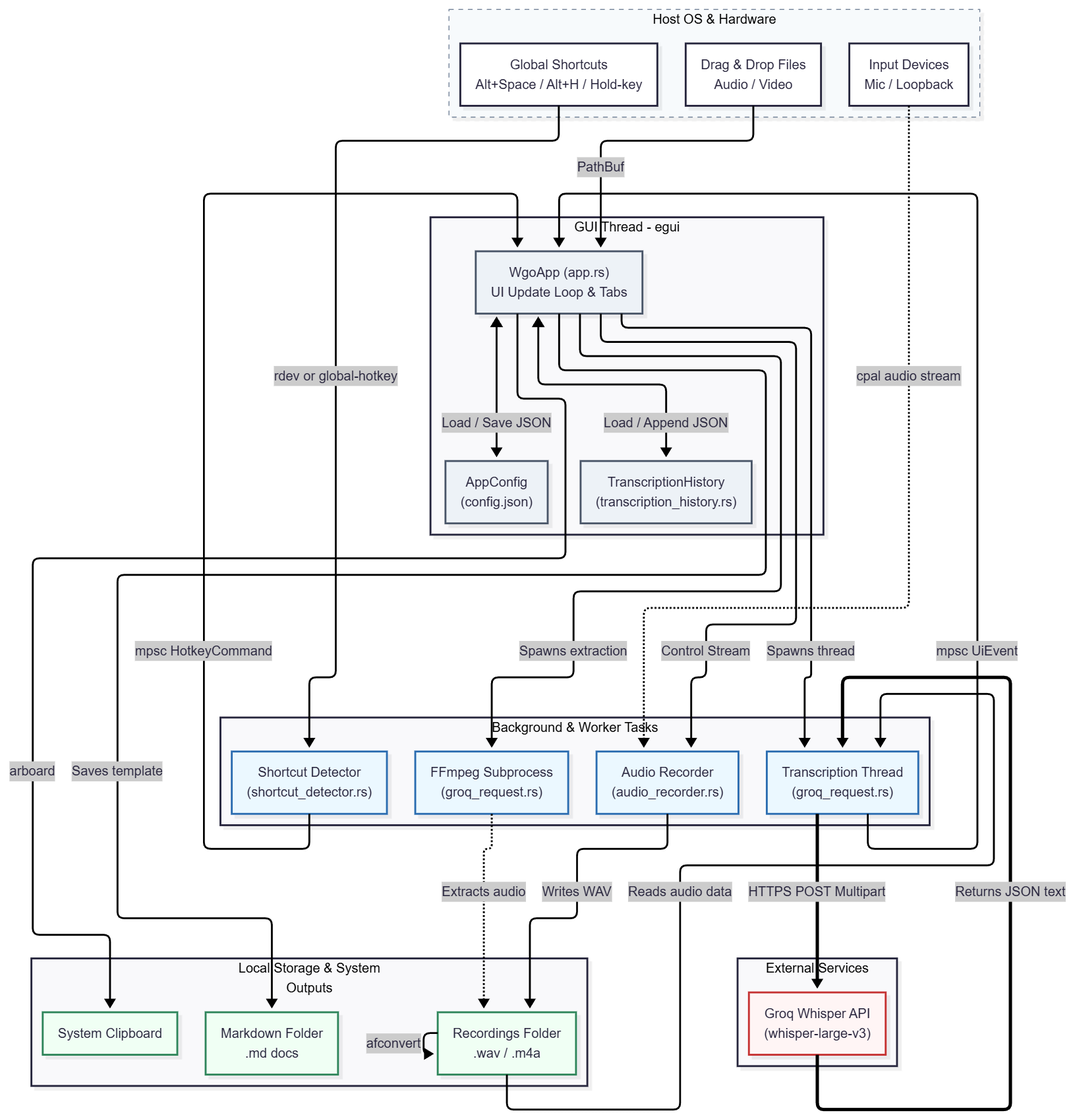
Earlier version of the Mermaid export diagrams/architecture.png (salernoelia/wgo). Its source is kept beside it as diagrams/architecture.mermaid.
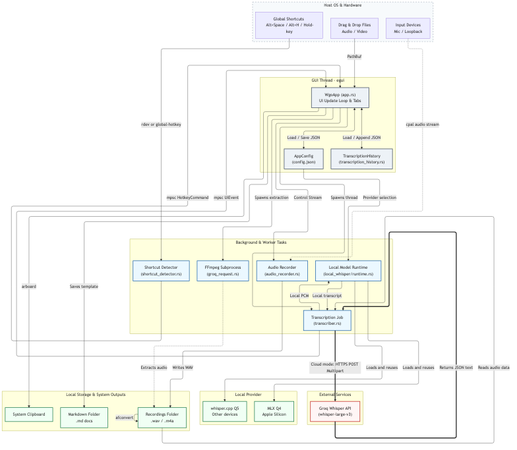
The same diagram one commit later.

Commit message:
docs: update provider architecture diagram

Change to the diagram source:
```diff
@@ -28,9 +28,16 @@
         HotkeyDetector["Shortcut Detector <br/> (shortcut_detector.rs)"]
         AudioRec["Audio Recorder <br/> (audio_recorder.rs)"]
         FfmpegProc["FFmpeg Subprocess <br/> (groq_request.rs)"]
-        TranscribeJob["Transcription Thread <br/> (groq_request.rs)"]
+        TranscribeJob["Transcription Job <br/> (transcriber.rs)"]
+        LocalRuntime["Local Model Runtime <br/> (local_whisper/runtime.rs)"]
     end
-    class HotkeyDetector,AudioRec,FfmpegProc,TranscribeJob worker
+    class HotkeyDetector,AudioRec,FfmpegProc,TranscribeJob,LocalRuntime worker
+
+    subgraph Local [Local Provider]
+        MlxModel["MLX Q4 <br/> Apple Silicon"]
+        WhisperCpp["whisper.cpp Q5 <br/> Other devices"]
+    end
+    class MlxModel,WhisperCpp storage
 
     subgraph Cloud [External Services]
         GroqAPI["Groq Whisper API <br/> (whisper-large-v3)"]
@@ -61,7 +68,12 @@
 
     WgoApp -->|Spawns thread| TranscribeJob
     RecordingsFolder -->|Reads audio data| TranscribeJob
-    TranscribeJob ==>|HTTPS POST Multipart| GroqAPI
+    Config -->|Provider selection| LocalRuntime
+    TranscribeJob -->|Local PCM| LocalRuntime
+    LocalRuntime -->|Loads and reuses| MlxModel
+    LocalRuntime -->|Loads and reuses| WhisperCpp
+    LocalRuntime -->|Local transcript| TranscribeJob
+    TranscribeJob ==>|Cloud mode: HTTPS POST Multipart| GroqAPI
     GroqAPI ==>|Returns JSON text| TranscribeJob
     TranscribeJob -->|mpsc UiEvent| WgoApp
 
```
